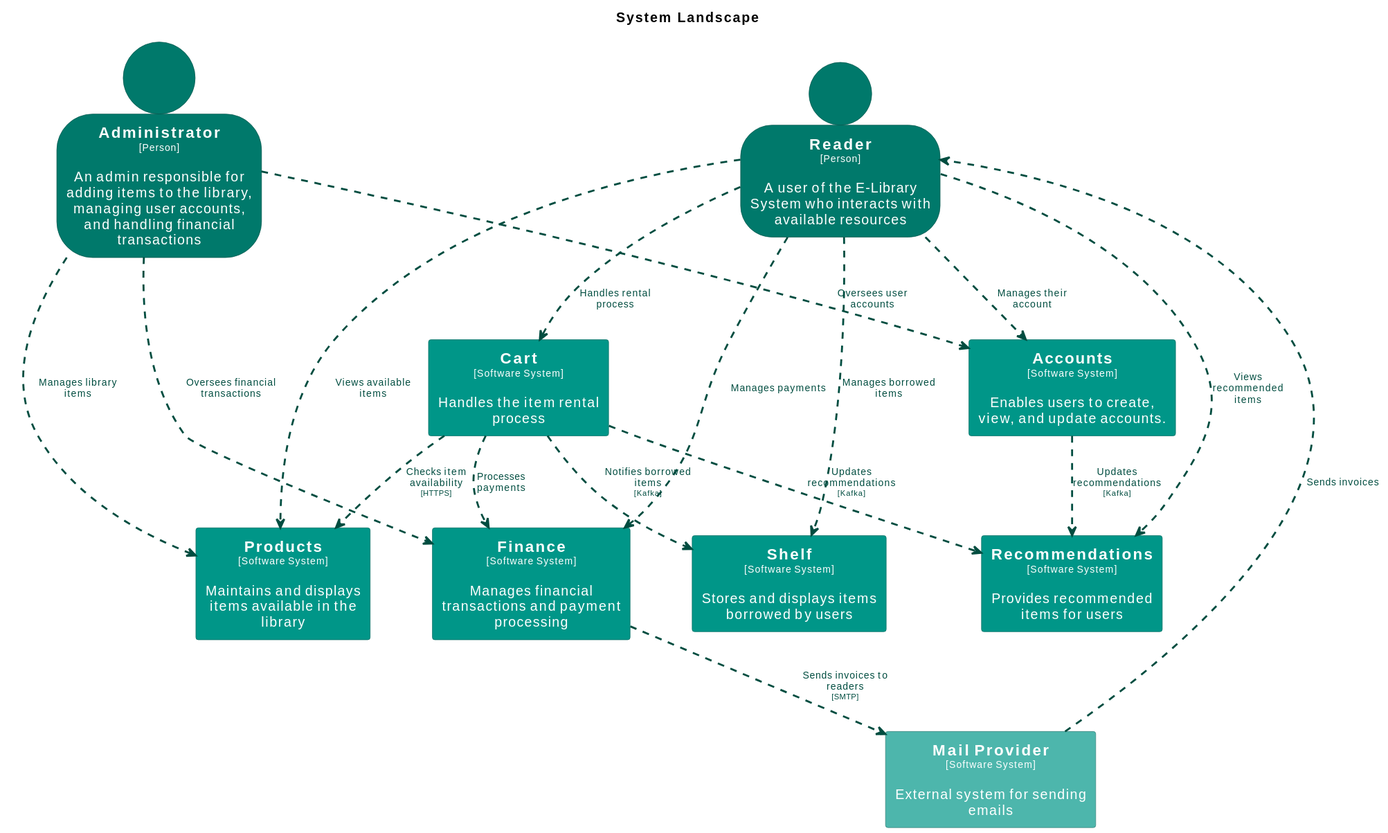
Goodmorning918/E-Library-Architecture keeps this PlantUML diagram as main/svg/SystemLandscape.svg. Above is the earlier version. Its source is kept beside it as main/puml/SystemLandscape.puml. The source it was exported from:
```plantuml
@startuml
set separator none
title System Landscape

top to bottom direction

skinparam {
  arrowFontSize 10
  defaultTextAlignment center
  wrapWidth 200
  maxMessageSize 100
}

hide stereotype

skinparam rectangle<<Accounts>> {
  BackgroundColor #009688
  FontColor #ffffff
  BorderColor #00695f
  shadowing false
}
skinparam person<<Administrator>> {
  BackgroundColor #00796b
  FontColor #ffffff
  BorderColor #00544a
  shadowing false
}
skinparam rectangle<<Cart>> {
  BackgroundColor #009688
  FontColor #ffffff
  BorderColor #00695f
  shadowing false
}
skinparam rectangle<<Finance>> {
  BackgroundColor #009688
  FontColor #ffffff
  BorderColor #00695f
  shadowing false
}
skinparam rectangle<<MailProvider>> {
  BackgroundColor #4db6ac
  FontColor #ffffff
  BorderColor #357f78
  shadowing false
}
skinparam rectangle<<Products>> {
  BackgroundColor #009688
  FontColor #ffffff
  BorderColor #00695f
  shadowing false
}
skinparam person<<Reader>> {
  BackgroundColor #00796b
  FontColor #ffffff
  BorderColor #00544a
  shadowing false
}
skinparam rectangle<<Recommendations>> {
  BackgroundColor #009688
  FontColor #ffffff
  BorderColor #00695f
  shadowing false
}
skinparam rectangle<<Shelf>> {
  BackgroundColor #009688
  FontColor #ffffff
  BorderColor #00695f
  shadowing false
}

person "==Reader\n<size:10>[Person]</size>\n\nA user of the E-Library System who interacts with available resources" <<Reader>> as Reader
rectangle "==Products\n<size:10>[Software System]</size>\n\nMaintains and displays items available in the library" <<Products>> as Products
rectangle "==Cart\n<size:10>[Software System]</size>\n\nHandles the item rental process" <<Cart>> as Cart
rectangle "==Recommendations\n<size:10>[Software System]</size>\n\nProvides recommended items for users" <<Recommendations>> as Recommendations
person "==Administrator\n<size:10>[Person]</size>\n\nAn admin responsible for adding items to the library, managing user accounts, and handling financial transactions" <<Administrator>> as Administrator
rectangle "==Finance\n<size:10>[Software System]</size>\n\nManages financial transactions and payment processing" <<Finance>> as Finance
rectangle "==Mail Provider\n<size:10>[Software System]</size>\n\nExternal system for sending emails" <<MailProvider>> as MailProvider
rectangle "==Accounts\n<size:10>[Software System]</size>\n\nEnables users to create, view, and update accounts." <<Accounts>> as Accounts
rectangle "==Shelf\n<size:10>[Software System]</size>\n\nStores and displays items borrowed by users" <<Shelf>> as Shelf

Reader .[#004d40,thickness=2].> Accounts : "<color:#004d40>Manages their account"
Reader .[#004d40,thickness=2].> Shelf : "<color:#004d40>Manages borrowed items"
Reader .[#004d40,thickness=2].> Products : "<color:#004d40>Views available items"
Reader .[#004d40,thickness=2].> Cart : "<color:#004d40>Handles rental process"
Reader .[#004d40,thickness=2].> Recommendations : "<color:#004d40>Views recommended items"
Reader .[#004d40,thickness=2].> Finance : "<color:#004d40>Manages payments"
Cart .[#004d40,thickness=2].> Finance : "<color:#004d40>Processes payments"
Administrator .[#004d40,thickness=2].> Accounts : "<color:#004d40>Oversees user accounts"
Administrator .[#004d40,thickness=2].> Products : "<color:#004d40>Manages library items"
Administrator .[#004d40,thickness=2].> Finance : "<color:#004d40>Oversees financial transactions"
MailProvider .[#004d40,thickness=2].> Reader : "<color:#004d40>Sends invoices"
Accounts .[#004d40,thickness=2].> Recommendations : "<color:#004d40>Updates recommendations\n<color:#004d40><size:8>[Kafka]</size>"
Cart .[#004d40,thickness=2].> Recommendations : "<color:#004d40>Updates recommendations\n<color:#004d40><size:8>[Kafka]</size>"
Cart .[#004d40,thickness=2].> Shelf : "<color:#004d40>Notifies borrowed items\n<color:#004d40><size:8>[Kafka]</size>"
Cart .[#004d40,thickness=2].> Products : "<color:#004d40>Checks item availability\n<color:#004d40><size:8>[HTTPS]</size>"
Finance .[#004d40,thickness=2].> MailProvider : "<color:#004d40>Sends invoices to readers\n<color:#004d40><size:8>[SMTP]</size>"
@enduml
```
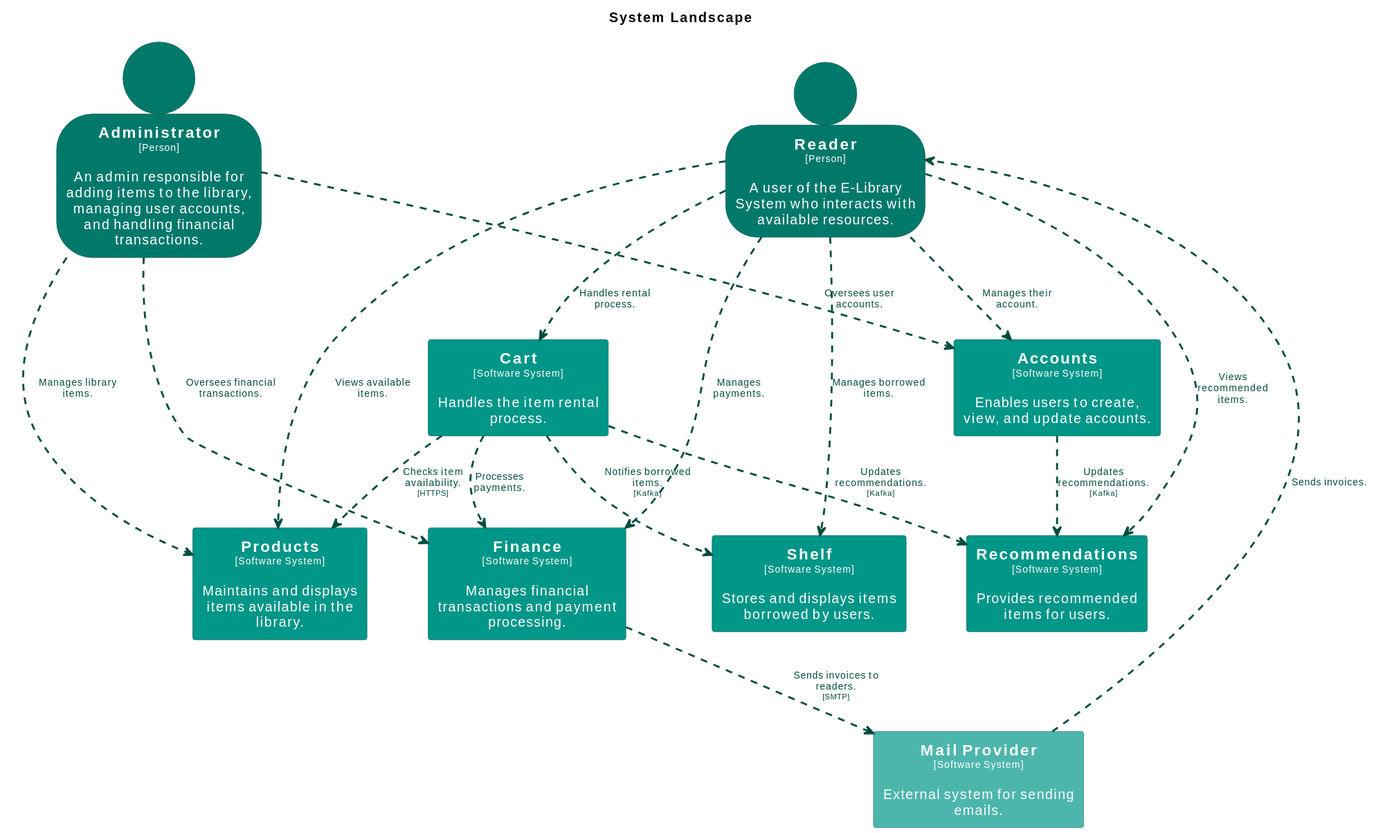
The same file after the commit.

Diff of the diagram source:
```diff
@@ -68,30 +68,30 @@
   shadowing false
 }
 
-person "==Reader\n<size:10>[Person]</size>\n\nA user of the E-Library System who interacts with available resources" <<Reader>> as Reader
-rectangle "==Products\n<size:10>[Software System]</size>\n\nMaintains and displays items available in the library" <<Products>> as Products
-rectangle "==Cart\n<size:10>[Software System]</size>\n\nHandles the item rental process" <<Cart>> as Cart
-rectangle "==Recommendations\n<size:10>[Software System]</size>\n\nProvides recommended items for users" <<Recommendations>> as Recommendations
-person "==Administrator\n<size:10>[Person]</size>\n\nAn admin responsible for adding items to the library, managing user accounts, and handling financial transactions" <<Administrator>> as Administrator
-rectangle "==Finance\n<size:10>[Software System]</size>\n\nManages financial transactions and payment processing" <<Finance>> as Finance
-rectangle "==Mail Provider\n<size:10>[Software System]</size>\n\nExternal system for sending emails" <<MailProvider>> as MailProvider
+person "==Reader\n<size:10>[Person]</size>\n\nA user of the E-Library System who interacts with available resources." <<Reader>> as Reader
+rectangle "==Products\n<size:10>[Software System]</size>\n\nMaintains and displays items available in the library." <<Products>> as Products
+rectangle "==Cart\n<size:10>[Software System]</size>\n\nHandles the item rental process." <<Cart>> as Cart
+rectangle "==Recommendations\n<size:10>[Software System]</size>\n\nProvides recommended items for users." <<Recommendations>> as Recommendations
+person "==Administrator\n<size:10>[Person]</size>\n\nAn admin responsible for adding items to the library, managing user accounts, and handling financial transactions." <<Administrator>> as Administrator
+rectangle "==Finance\n<size:10>[Software System]</size>\n\nManages financial transactions and payment processing." <<Finance>> as Finance
+rectangle "==Mail Provider\n<size:10>[Software System]</size>\n\nExternal system for sending emails." <<MailProvider>> as MailProvider
 rectangle "==Accounts\n<size:10>[Software System]</size>\n\nEnables users to create, view, and update accounts." <<Accounts>> as Accounts
-rectangle "==Shelf\n<size:10>[Software System]</size>\n\nStores and displays items borrowed by users" <<Shelf>> as Shelf
+rectangle "==Shelf\n<size:10>[Software System]</size>\n\nStores and displays items borrowed by users." <<Shelf>> as Shelf
 
-Reader .[#004d40,thickness=2].> Accounts : "<color:#004d40>Manages their account"
-Reader .[#004d40,thickness=2].> Shelf : "<color:#004d40>Manages borrowed items"
-Reader .[#004d40,thickness=2].> Products : "<color:#004d40>Views available items"
-Reader .[#004d40,thickness=2].> Cart : "<color:#004d40>Handles rental process"
-Reader .[#004d40,thickness=2].> Recommendations : "<color:#004d40>Views recommended items"
-Reader .[#004d40,thickness=2].> Finance : "<color:#004d40>Manages payments"
-Cart .[#004d40,thickness=2].> Finance : "<color:#004d40>Processes payments"
-Administrator .[#004d40,thickness=2].> Accounts : "<color:#004d40>Oversees user accounts"
-Administrator .[#004d40,thickness=2].> Products : "<color:#004d40>Manages library items"
-Administrator .[#004d40,thickness=2].> Finance : "<color:#004d40>Oversees financial transactions"
-MailProvider .[#004d40,thickness=2].> Reader : "<color:#004d40>Sends invoices"
-Accounts .[#004d40,thickness=2].> Recommendations : "<color:#004d40>Updates recommendations\n<color:#004d40><size:8>[Kafka]</size>"
-Cart .[#004d40,thickness=2].> Recommendations : "<color:#004d40>Updates recommendations\n<color:#004d40><size:8>[Kafka]</size>"
-Cart .[#004d40,thickness=2].> Shelf : "<color:#004d40>Notifies borrowed items\n<color:#004d40><size:8>[Kafka]</size>"
-Cart .[#004d40,thickness=2].> Products : "<color:#004d40>Checks item availability\n<color:#004d40><size:8>[HTTPS]</size>"
-Finance .[#004d40,thickness=2].> MailProvider : "<color:#004d40>Sends invoices to readers\n<color:#004d40><size:8>[SMTP]</size>"
+Reader .[#004d40,thickness=2].> Accounts : "<color:#004d40>Manages their account."
+Reader .[#004d40,thickness=2].> Shelf : "<color:#004d40>Manages borrowed items."
+Reader .[#004d40,thickness=2].> Products : "<color:#004d40>Views available items."
+Reader .[#004d40,thickness=2].> Cart : "<color:#004d40>Handles rental process."
+Reader .[#004d40,thickness=2].> Recommendations : "<color:#004d40>Views recommended items."
+Reader .[#004d40,thickness=2].> Finance : "<color:#004d40>Manages payments."
+Cart .[#004d40,thickness=2].> Finance : "<color:#004d40>Processes payments."
+Administrator .[#004d40,thickness=2].> Accounts : "<color:#004d40>Oversees user accounts."
+Administrator .[#004d40,thickness=2].> Products : "<color:#004d40>Manages library items."
+Administrator .[#004d40,thickness=2].> Finance : "<color:#004d40>Oversees financial transactions."
+MailProvider .[#004d40,thickness=2].> Reader : "<color:#004d40>Sends invoices."
+Accounts .[#004d40,thickness=2].> Recommendations : "<color:#004d40>Updates recommendations.\n<color:#004d40><size:8>[Kafka]</size>"
+Cart .[#004d40,thickness=2].> Recommendations : "<color:#004d40>Updates recommendations.\n<color:#004d40><size:8>[Kafka]</size>"
+Cart .[#004d40,thickness=2].> Shelf : "<color:#004d40>Notifies borrowed items.\n<color:#004d40><size:8>[Kafka]</size>"
+Cart .[#004d40,thickness=2].> Products : "<color:#004d40>Checks item availability.\n<color:#004d40><size:8>[HTTPS]</size>"
+Finance .[#004d40,thickness=2].> MailProvider : "<color:#004d40>Sends invoices to readers.\n<color:#004d40><size:8>[SMTP]</size>"
 @enduml
```
